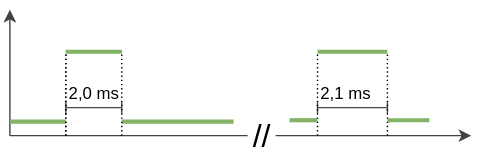
Earlier version of the draw.io export debugging_von_embedded_softwar_in_der_praxis/Figuren/Timing_Diagram.svg (lparolin/presentation). Source tidied: cells renumbered, new cells last; positions are measured from the earlier drawing's top-left corner, leaving out a move shared by most shapes.
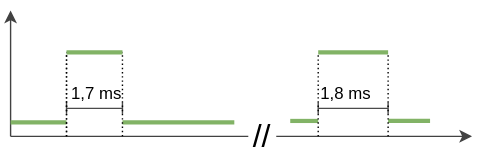
After the change.

The edit, as a diff of the source:
```diff
@@ -77,10 +77,10 @@
         <mxPoint x="270" y="70" as="targetPoint" />
       </mxGeometry>
     </mxCell>
-    <mxCell id="15" value="2,0 ms" style="text;html=1;whiteSpace=wrap;strokeColor=none;fillColor=none;align=center;verticalAlign=middle;rounded=0;" parent="1" vertex="1">
+    <mxCell id="15" value="&amp;nbsp;1,7 ms" style="text;html=1;whiteSpace=wrap;strokeColor=none;fillColor=none;align=center;verticalAlign=middle;rounded=0;" parent="1" vertex="1">
       <mxGeometry x="30" y="45" width="60" height="30" as="geometry" />
     </mxCell>
-    <mxCell id="16" value="2,1 ms" style="text;html=1;whiteSpace=wrap;strokeColor=none;fillColor=none;align=center;verticalAlign=middle;rounded=0;" parent="1" vertex="1">
+    <mxCell id="16" value="1,8 ms" style="text;html=1;whiteSpace=wrap;strokeColor=none;fillColor=none;align=center;verticalAlign=middle;rounded=0;" parent="1" vertex="1">
       <mxGeometry x="210" y="45" width="60" height="30" as="geometry" />
     </mxCell>
     <mxCell id="17" style="endArrow=none;dashed=1;html=1;rounded=0;dashPattern=1 2;" parent="1" edge="1">
```
